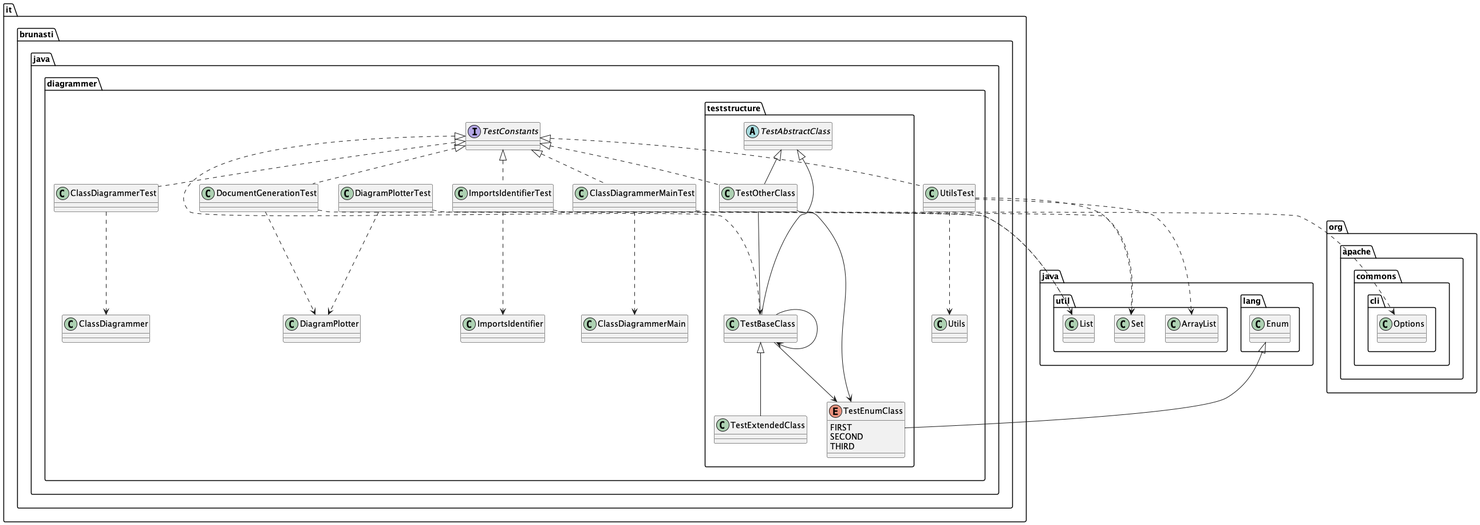
Above: docs/output-test.png in brunasti/java-diagrammer (PlantUML), before the change.
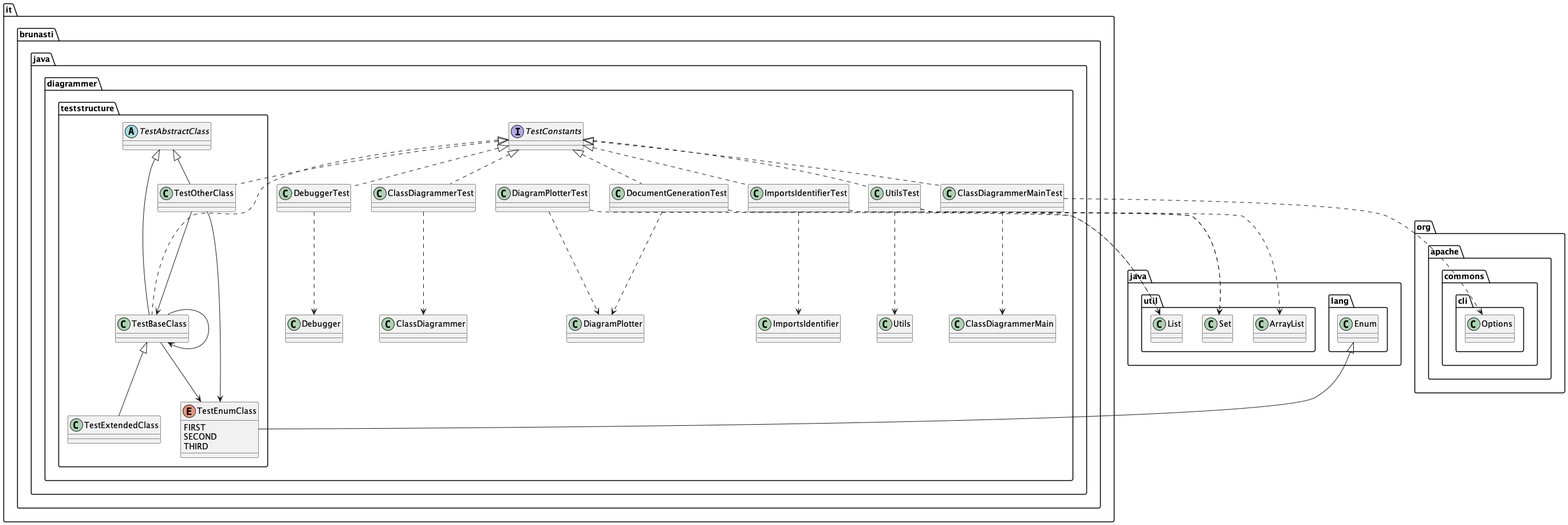
The same diagram one commit later.

Diff of the diagram source:
```diff
@@ -7,6 +7,9 @@
 class it.brunasti.java.diagrammer.UtilsTest
 interface it.brunasti.java.diagrammer.TestConstants
 class it.brunasti.java.diagrammer.ImportsIdentifierTest
+class it.brunasti.java.diagrammer.teststructure.TestExtendedClass
+class it.brunasti.java.diagrammer.teststructure.TestOtherClass
+class it.brunasti.java.diagrammer.DocumentGenerationTest
 class it.brunasti.java.diagrammer.DiagramPlotterTest
 abstract it.brunasti.java.diagrammer.teststructure.TestAbstractClass
 class it.brunasti.java.diagrammer.teststructure.TestBaseClass
@@ -15,28 +18,27 @@
   SECOND
   THIRD
 }
-class it.brunasti.java.diagrammer.teststructure.TestExtendedClass
-class it.brunasti.java.diagrammer.teststructure.TestOtherClass
 class it.brunasti.java.diagrammer.ClassDiagrammerMainTest
-class it.brunasti.java.diagrammer.DocumentGenerationTest
+class it.brunasti.java.diagrammer.DebuggerTest
 
+it.brunasti.java.diagrammer.teststructure.TestBaseClass <|-- it.brunasti.java.diagrammer.teststructure.TestExtendedClass
+it.brunasti.java.diagrammer.teststructure.TestAbstractClass <|-- it.brunasti.java.diagrammer.teststructure.TestOtherClass
 it.brunasti.java.diagrammer.teststructure.TestAbstractClass <|-- it.brunasti.java.diagrammer.teststructure.TestBaseClass
 java.lang.Enum <|-- it.brunasti.java.diagrammer.teststructure.TestEnumClass
-it.brunasti.java.diagrammer.teststructure.TestBaseClass <|-- it.brunasti.java.diagrammer.teststructure.TestExtendedClass
-it.brunasti.java.diagrammer.teststructure.TestAbstractClass <|-- it.brunasti.java.diagrammer.teststructure.TestOtherClass
 
 it.brunasti.java.diagrammer.TestConstants <|.. it.brunasti.java.diagrammer.ClassDiagrammerTest
 it.brunasti.java.diagrammer.TestConstants <|.. it.brunasti.java.diagrammer.UtilsTest
 it.brunasti.java.diagrammer.TestConstants <|.. it.brunasti.java.diagrammer.ImportsIdentifierTest
+it.brunasti.java.diagrammer.TestConstants <|.. it.brunasti.java.diagrammer.teststructure.TestOtherClass
+it.brunasti.java.diagrammer.TestConstants <|.. it.brunasti.java.diagrammer.DocumentGenerationTest
 it.brunasti.java.diagrammer.TestConstants <|.. it.brunasti.java.diagrammer.teststructure.TestBaseClass
-it.brunasti.java.diagrammer.TestConstants <|.. it.brunasti.java.diagrammer.teststructure.TestOtherClass
 it.brunasti.java.diagrammer.TestConstants <|.. it.brunasti.java.diagrammer.ClassDiagrammerMainTest
-it.brunasti.java.diagrammer.TestConstants <|.. it.brunasti.java.diagrammer.DocumentGenerationTest
+it.brunasti.java.diagrammer.TestConstants <|.. it.brunasti.java.diagrammer.DebuggerTest
 
+it.brunasti.java.diagrammer.teststructure.TestOtherClass --> it.brunasti.java.diagrammer.teststructure.TestBaseClass
+it.brunasti.java.diagrammer.teststructure.TestOtherClass --> it.brunasti.java.diagrammer.teststructure.TestEnumClass
 it.brunasti.java.diagrammer.teststructure.TestBaseClass --> it.brunasti.java.diagrammer.teststructure.TestBaseClass
 it.brunasti.java.diagrammer.teststructure.TestBaseClass --> it.brunasti.java.diagrammer.teststructure.TestEnumClass
-it.brunasti.java.diagrammer.teststructure.TestOtherClass --> it.brunasti.java.diagrammer.teststructure.TestBaseClass
-it.brunasti.java.diagrammer.teststructure.TestOtherClass --> it.brunasti.java.diagrammer.teststructure.TestEnumClass
 
 it.brunasti.java.diagrammer.ClassDiagrammerTest ..> it.brunasti.java.diagrammer.ClassDiagrammer
 it.brunasti.java.diagrammer.UtilsTest ..> it.brunasti.java.diagrammer.Utils
@@ -44,12 +46,13 @@
 it.brunasti.java.diagrammer.UtilsTest ..> java.util.ArrayList
 it.brunasti.java.diagrammer.ImportsIdentifierTest ..> java.util.Set
 it.brunasti.java.diagrammer.ImportsIdentifierTest ..> it.brunasti.java.diagrammer.ImportsIdentifier
+it.brunasti.java.diagrammer.DocumentGenerationTest ..> java.util.List
+it.brunasti.java.diagrammer.DocumentGenerationTest ..> it.brunasti.java.diagrammer.DiagramPlotter
 it.brunasti.java.diagrammer.DiagramPlotterTest ..> java.util.List
 it.brunasti.java.diagrammer.DiagramPlotterTest ..> it.brunasti.java.diagrammer.DiagramPlotter
 it.brunasti.java.diagrammer.ClassDiagrammerMainTest ..> it.brunasti.java.diagrammer.ClassDiagrammerMain
 it.brunasti.java.diagrammer.ClassDiagrammerMainTest ..> org.apache.commons.cli.Options
-it.brunasti.java.diagrammer.DocumentGenerationTest ..> java.util.List
-it.brunasti.java.diagrammer.DocumentGenerationTest ..> it.brunasti.java.diagrammer.DiagramPlotter
+it.brunasti.java.diagrammer.DebuggerTest ..> it.brunasti.java.diagrammer.Debugger
 
 
 
```
